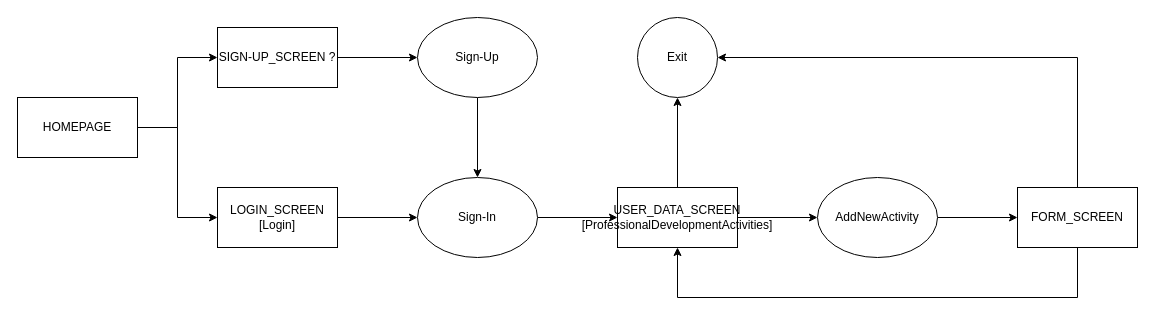
Before: DESIGN/Temporary_Non-Normative_PROCESS_DESIGN_DIAGRAM.drawio in Team-Arbitrary/Team-Arbitrary.github.io, a draw.io diagram. Source tidied: cells renumbered, new cells numbered last; positions are measured from the earlier drawing's top-left corner, leaving out a move shared by most shapes. Both pictures are drawn from the tidied source at 100%, with x=0, y=0 at pixel (17, 17).
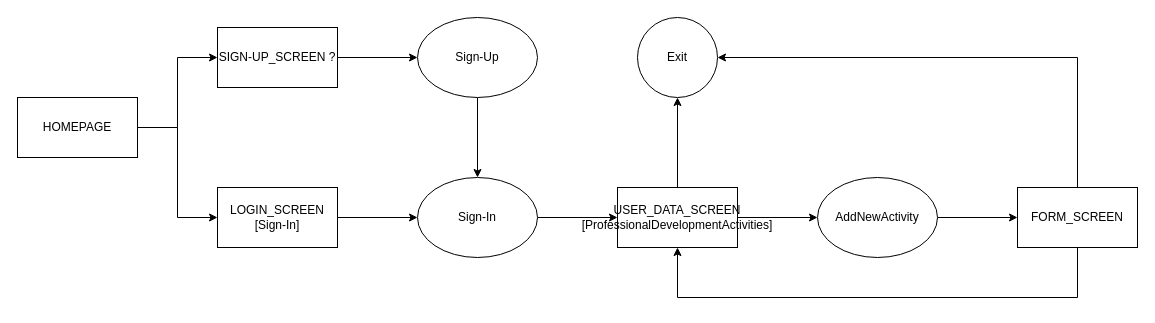
The same diagram, later.

What changed in the source:
```diff
@@
-    <mxCell id="14" value="LOGIN_SCREEN&lt;br&gt;[Login]" style="rounded=0;whiteSpace=wrap;html=1;" parent="1" vertex="1">
+    <mxCell id="14" value="LOGIN_SCREEN&lt;br&gt;[Sign-In]" style="rounded=0;whiteSpace=wrap;html=1;" parent="1" vertex="1">
       <mxGeometry x="200" y="170" width="120" height="60" as="geometry" />
     </mxCell>
```
